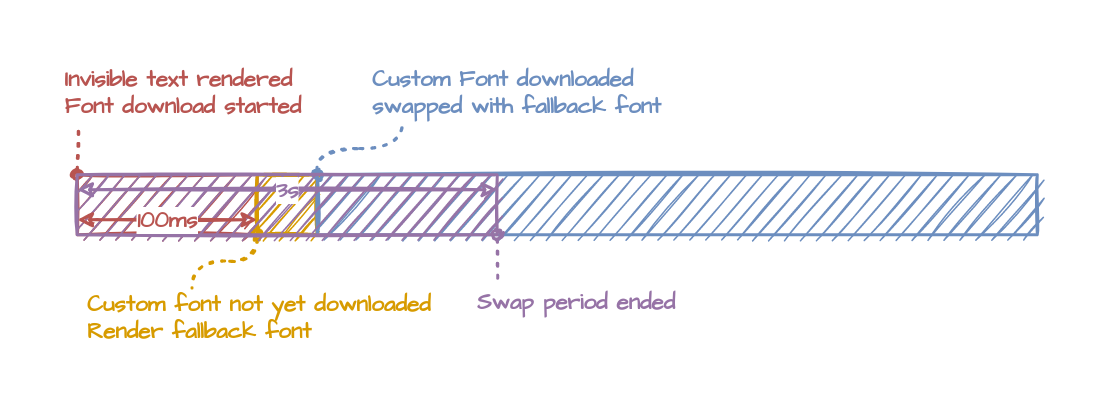
DaChartreux/try.catch.wtf keeps this draw.io diagram as public/img/optimizing-fonts-for-the-web/fallback-1.png. Above is the earlier version. Source tidied: cells renumbered, new cells last; positions are measured from the earlier drawing's top-left corner, leaving out a move shared by most shapes. Its diagram source:
```xml
<mxGraphModel>
  <root>
    <mxCell id="0" />
    <mxCell id="1" parent="0" />
    <mxCell id="2" style="rounded=0;whiteSpace=wrap;html=1;shadow=0;glass=0;sketch=1;fillStyle=hachure;strokeColor=#b85450;fillColor=#B85450;strokeWidth=2;fontSize=15;" parent="1" vertex="1">
      <mxGeometry x="10" y="75" width="120" height="40" as="geometry" />
    </mxCell>
    <mxCell id="3" style="rounded=0;whiteSpace=wrap;html=1;shadow=0;glass=0;sketch=1;fillColor=#D79B00;strokeColor=#d79b00;fillStyle=hachure;strokeWidth=2;fontSize=15;" parent="1" vertex="1">
      <mxGeometry x="130" y="75" width="40" height="40" as="geometry" />
    </mxCell>
    <mxCell id="4" style="rounded=0;whiteSpace=wrap;html=1;shadow=0;glass=0;sketch=1;fillColor=#6C8EBF;strokeColor=#6c8ebf;fillStyle=hachure;strokeWidth=2;fontSize=15;" parent="1" vertex="1">
      <mxGeometry x="170" y="75" width="480" height="40" as="geometry" />
    </mxCell>
    <mxCell id="5" style="endArrow=none;dashed=1;html=1;dashPattern=1 3;strokeWidth=2;rounded=0;sketch=1;fontFamily=Roboto Mono;fontSource=https%3A%2F%2Ffonts.googleapis.com%2Fcss%3Ffamily%3DRoboto%2BMono;fontSize=15;fontColor=#D79B00;jumpStyle=none;startArrow=oval;startFill=0;entryX=0.062;entryY=1.004;entryDx=0;entryDy=0;entryPerimeter=0;fillColor=#f8cecc;strokeColor=#b85450;" parent="1" edge="1" target="6">
      <mxGeometry relative="1" as="geometry">
        <mxPoint x="10" y="75" as="sourcePoint" />
      </mxGeometry>
    </mxCell>
    <mxCell id="6" value="Invisible text rendered&lt;br style=&quot;font-size: 15px;&quot;&gt;Font download started" style="text;html=1;align=left;verticalAlign=middle;points=[];fontSize=15;fontFamily=Architects Daughter;sketch=0;shadow=0;fontSource=https%3A%2F%2Ffonts.googleapis.com%2Fcss%3Ffamily%3DArchitects%2BDaughter;fontColor=#B85450;fontStyle=1;strokeWidth=2;" parent="1" vertex="1">
      <mxGeometry width="170" height="40" as="geometry" />
    </mxCell>
    <mxCell id="7" style="endArrow=none;dashed=1;html=1;dashPattern=1 3;strokeWidth=2;rounded=0;sketch=1;fontFamily=Roboto Mono;fontSource=https%3A%2F%2Ffonts.googleapis.com%2Fcss%3Ffamily%3DRoboto%2BMono;fontSize=15;fontColor=#D79B00;jumpStyle=none;startArrow=oval;startFill=0;exitX=0;exitY=1;exitDx=0;exitDy=0;entryX=0.298;entryY=0.014;entryDx=0;entryDy=0;entryPerimeter=0;fillColor=#ffe6cc;strokeColor=#d79b00;edgeStyle=orthogonalEdgeStyle;curved=1;" parent="1" edge="1" source="3" target="8">
      <mxGeometry relative="1" as="geometry" />
    </mxCell>
    <mxCell id="8" value="Custom font not yet downloaded&lt;br style=&quot;font-size: 15px;&quot;&gt;Render fallback font" style="text;html=1;align=left;verticalAlign=middle;points=[];strokeColor=none;fillColor=none;fontSize=15;fontFamily=Architects Daughter;fontColor=#D79B00;sketch=0;shadow=0;fontSource=https%3A%2F%2Ffonts.googleapis.com%2Fcss%3Ffamily%3DArchitects%2BDaughter;fontStyle=1;strokeWidth=2;" parent="1" vertex="1">
      <mxGeometry x="15" y="150" width="240" height="40" as="geometry" />
    </mxCell>
    <mxCell id="9" style="endArrow=none;dashed=1;html=1;dashPattern=1 3;strokeWidth=2;rounded=0;sketch=1;fontFamily=Roboto Mono;fontSource=https%3A%2F%2Ffonts.googleapis.com%2Fcss%3Ffamily%3DRoboto%2BMono;fontSize=15;fontColor=#6C8EBF;jumpStyle=none;startArrow=oval;startFill=0;exitX=1;exitY=0;exitDx=0;exitDy=0;entryX=0.103;entryY=0.996;entryDx=0;entryDy=0;entryPerimeter=0;fillColor=#dae8fc;strokeColor=#6c8ebf;edgeStyle=orthogonalEdgeStyle;curved=1;" parent="1" edge="1" source="3" target="10">
      <mxGeometry relative="1" as="geometry" />
    </mxCell>
    <mxCell id="10" value="Custom Font downloaded&lt;br style=&quot;font-size: 15px;&quot;&gt;swapped with fallback font" style="text;html=1;align=left;verticalAlign=middle;points=[];strokeColor=none;fillColor=none;fontSize=15;fontFamily=Architects Daughter;fontColor=#6C8EBF;sketch=0;shadow=0;fontSource=https%3A%2F%2Ffonts.googleapis.com%2Fcss%3Ffamily%3DArchitects%2BDaughter;fontStyle=1;strokeWidth=2;" parent="1" vertex="1">
      <mxGeometry x="205" width="210" height="40" as="geometry" />
    </mxCell>
    <mxCell id="11" style="rounded=0;whiteSpace=wrap;html=1;shadow=0;glass=0;labelBackgroundColor=none;sketch=1;fillStyle=hachure;fontFamily=Roboto Mono;fontSource=https%3A%2F%2Ffonts.googleapis.com%2Fcss%3Ffamily%3DRoboto%2BMono;fontSize=15;strokeColor=#9673a6;fillColor=#9673A6;align=left;verticalAlign=middle;strokeWidth=2;" parent="1" vertex="1">
      <mxGeometry x="10" y="75" width="280" height="40" as="geometry" />
    </mxCell>
    <mxCell id="12" value="3s" style="endArrow=classic;startArrow=classic;html=1;rounded=0;sketch=1;fontFamily=Architects Daughter;fontSource=https%3A%2F%2Ffonts.googleapis.com%2Fcss%3Ffamily%3DArchitects%2BDaughter;fontSize=15;fontColor=#9673A6;jumpStyle=none;entryX=1;entryY=0.25;entryDx=0;entryDy=0;exitX=0;exitY=0.25;exitDx=0;exitDy=0;fillColor=#e1d5e7;strokeColor=#9673a6;fontStyle=1;strokeWidth=2;" parent="1" edge="1" source="11" target="11">
      <mxGeometry relative="1" as="geometry" />
    </mxCell>
    <mxCell id="13" style="endArrow=none;dashed=1;html=1;dashPattern=1 3;strokeWidth=2;rounded=0;sketch=1;fontFamily=Roboto Mono;fontSource=https%3A%2F%2Ffonts.googleapis.com%2Fcss%3Ffamily%3DRoboto%2BMono;fontSize=15;fontColor=#D79B00;jumpStyle=none;startArrow=oval;startFill=0;exitX=0;exitY=1;exitDx=0;exitDy=0;entryX=0.104;entryY=-0.003;entryDx=0;entryDy=0;entryPerimeter=0;fillColor=#e1d5e7;strokeColor=#9673a6;" parent="1" edge="1" target="14">
      <mxGeometry relative="1" as="geometry">
        <mxPoint x="290" y="115" as="sourcePoint" />
      </mxGeometry>
    </mxCell>
    <mxCell id="14" value="Swap period ended" style="text;html=1;align=left;verticalAlign=middle;points=[];strokeColor=none;fillColor=none;fontSize=15;fontFamily=Architects Daughter;fontColor=#9673A6;sketch=0;shadow=0;fontSource=https%3A%2F%2Ffonts.googleapis.com%2Fcss%3Ffamily%3DArchitects%2BDaughter;fontStyle=1;strokeWidth=2;" parent="1" vertex="1">
      <mxGeometry x="275" y="150" width="150" height="20" as="geometry" />
    </mxCell>
    <mxCell id="15" value="100ms" style="endArrow=classic;startArrow=classic;html=1;rounded=0;sketch=1;fontFamily=Architects Daughter;fontSource=https%3A%2F%2Ffonts.googleapis.com%2Fcss%3Ffamily%3DArchitects%2BDaughter;fontSize=15;fontColor=#B85450;jumpStyle=none;exitX=0;exitY=0.75;exitDx=0;exitDy=0;entryX=0;entryY=0.75;entryDx=0;entryDy=0;fillColor=#f8cecc;strokeColor=#b85450;fontStyle=1;strokeWidth=2;" parent="1" edge="1" source="2" target="3">
      <mxGeometry relative="1" as="geometry" />
    </mxCell>
  </root>
</mxGraphModel>
```
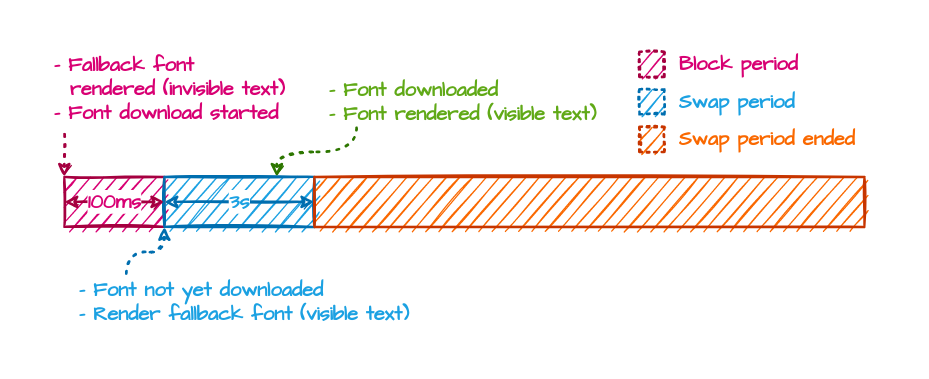
The same file after the commit.

What changed in the source:
```diff
@@ -2,51 +2,60 @@
   <root>
     <mxCell id="0" />
     <mxCell id="1" parent="0" />
-    <mxCell id="2" style="rounded=0;whiteSpace=wrap;html=1;shadow=0;glass=0;sketch=1;fillStyle=hachure;strokeColor=#b85450;fillColor=#B85450;strokeWidth=2;fontSize=15;" parent="1" vertex="1">
-      <mxGeometry x="10" y="75" width="120" height="40" as="geometry" />
+    <mxCell id="2" style="rounded=0;whiteSpace=wrap;html=1;shadow=0;glass=0;sketch=1;fillStyle=hachure;strokeColor=#A50040;fillColor=#d80073;strokeWidth=2;fontSize=15;fontColor=#ffffff;" parent="1" vertex="1">
+      <mxGeometry x="10" y="75" width="80" height="40" as="geometry" />
     </mxCell>
-    <mxCell id="3" style="rounded=0;whiteSpace=wrap;html=1;shadow=0;glass=0;sketch=1;fillColor=#D79B00;strokeColor=#d79b00;fillStyle=hachure;strokeWidth=2;fontSize=15;" parent="1" vertex="1">
-      <mxGeometry x="130" y="75" width="40" height="40" as="geometry" />
+    <mxCell id="3" style="rounded=0;whiteSpace=wrap;html=1;shadow=0;glass=0;sketch=1;fillColor=#1ba1e2;strokeColor=#006EAF;fillStyle=hachure;strokeWidth=2;fontSize=15;fontColor=#ffffff;" parent="1" vertex="1">
+      <mxGeometry x="90" y="75" width="120" height="40" as="geometry" />
     </mxCell>
-    <mxCell id="4" style="rounded=0;whiteSpace=wrap;html=1;shadow=0;glass=0;sketch=1;fillColor=#6C8EBF;strokeColor=#6c8ebf;fillStyle=hachure;strokeWidth=2;fontSize=15;" parent="1" vertex="1">
-      <mxGeometry x="170" y="75" width="480" height="40" as="geometry" />
+    <mxCell id="4" style="rounded=0;whiteSpace=wrap;html=1;shadow=0;glass=0;sketch=1;fillColor=#fa6800;strokeColor=#C73500;fillStyle=hachure;strokeWidth=2;fontSize=15;fontColor=#000000;dashed=1;dashPattern=1 2;" parent="1" vertex="1">
+      <mxGeometry x="470" y="35" width="20" height="20" as="geometry" />
     </mxCell>
-    <mxCell id="5" style="endArrow=none;dashed=1;html=1;dashPattern=1 3;strokeWidth=2;rounded=0;sketch=1;fontFamily=Roboto Mono;fontSource=https%3A%2F%2Ffonts.googleapis.com%2Fcss%3Ffamily%3DRoboto%2BMono;fontSize=15;fontColor=#D79B00;jumpStyle=none;startArrow=oval;startFill=0;entryX=0.062;entryY=1.004;entryDx=0;entryDy=0;entryPerimeter=0;fillColor=#f8cecc;strokeColor=#b85450;" parent="1" edge="1" target="6">
+    <mxCell id="5" style="endArrow=none;dashed=1;html=1;dashPattern=1 3;strokeWidth=2;rounded=0;sketch=1;fontFamily=Roboto Mono;fontSource=https%3A%2F%2Ffonts.googleapis.com%2Fcss%3Ffamily%3DRoboto%2BMono;fontSize=15;fontColor=#D79B00;jumpStyle=none;startArrow=classic;startFill=1;entryX=0.049;entryY=1.005;entryDx=0;entryDy=0;entryPerimeter=0;fillColor=#d80073;strokeColor=#A50040;" parent="1" edge="1" target="6">
       <mxGeometry relative="1" as="geometry">
         <mxPoint x="10" y="75" as="sourcePoint" />
       </mxGeometry>
     </mxCell>
-    <mxCell id="6" value="Invisible text rendered&lt;br style=&quot;font-size: 15px;&quot;&gt;Font download started" style="text;html=1;align=left;verticalAlign=middle;points=[];fontSize=15;fontFamily=Architects Daughter;sketch=0;shadow=0;fontSource=https%3A%2F%2Ffonts.googleapis.com%2Fcss%3Ffamily%3DArchitects%2BDaughter;fontColor=#B85450;fontStyle=1;strokeWidth=2;" parent="1" vertex="1">
-      <mxGeometry width="170" height="40" as="geometry" />
+    <mxCell id="6" value="- Fallback font&lt;br&gt;&amp;nbsp; rendered (invisible text)&lt;br&gt;- Font download started" style="text;html=1;align=left;verticalAlign=middle;points=[];fontSize=16;fontFamily=Architects Daughter;sketch=0;shadow=0;fontSource=https%3A%2F%2Ffonts.googleapis.com%2Fcss%3Ffamily%3DArchitects%2BDaughter;fontColor=#D80073;fontStyle=1;strokeWidth=2;" parent="1" vertex="1">
+      <mxGeometry y="-25" width="200" height="60" as="geometry" />
     </mxCell>
-    <mxCell id="7" style="endArrow=none;dashed=1;html=1;dashPattern=1 3;strokeWidth=2;rounded=0;sketch=1;fontFamily=Roboto Mono;fontSource=https%3A%2F%2Ffonts.googleapis.com%2Fcss%3Ffamily%3DRoboto%2BMono;fontSize=15;fontColor=#D79B00;jumpStyle=none;startArrow=oval;startFill=0;exitX=0;exitY=1;exitDx=0;exitDy=0;entryX=0.298;entryY=0.014;entryDx=0;entryDy=0;entryPerimeter=0;fillColor=#ffe6cc;strokeColor=#d79b00;edgeStyle=orthogonalEdgeStyle;curved=1;" parent="1" edge="1" source="3" target="8">
+    <mxCell id="7" style="endArrow=none;dashed=1;html=1;dashPattern=1 3;strokeWidth=2;rounded=0;sketch=1;fontFamily=Roboto Mono;fontSource=https%3A%2F%2Ffonts.googleapis.com%2Fcss%3Ffamily%3DRoboto%2BMono;fontSize=15;fontColor=#D79B00;jumpStyle=none;startArrow=classic;startFill=1;exitX=0;exitY=1;exitDx=0;exitDy=0;entryX=0.141;entryY=0;entryDx=0;entryDy=0;entryPerimeter=0;fillColor=#1ba1e2;strokeColor=#006EAF;edgeStyle=orthogonalEdgeStyle;curved=1;" parent="1" edge="1" source="3" target="8">
       <mxGeometry relative="1" as="geometry" />
     </mxCell>
-    <mxCell id="8" value="Custom font not yet downloaded&lt;br style=&quot;font-size: 15px;&quot;&gt;Render fallback font" style="text;html=1;align=left;verticalAlign=middle;points=[];strokeColor=none;fillColor=none;fontSize=15;fontFamily=Architects Daughter;fontColor=#D79B00;sketch=0;shadow=0;fontSource=https%3A%2F%2Ffonts.googleapis.com%2Fcss%3Ffamily%3DArchitects%2BDaughter;fontStyle=1;strokeWidth=2;" parent="1" vertex="1">
-      <mxGeometry x="15" y="150" width="240" height="40" as="geometry" />
+    <mxCell id="8" value="- Font not yet downloaded&lt;br style=&quot;font-size: 16px&quot;&gt;- Render fallback font (visible text)" style="text;html=1;align=left;verticalAlign=middle;points=[];strokeColor=none;fillColor=none;fontSize=16;fontFamily=Architects Daughter;fontColor=#1BA1E2;sketch=0;shadow=0;fontSource=https%3A%2F%2Ffonts.googleapis.com%2Fcss%3Ffamily%3DArchitects%2BDaughter;fontStyle=1;strokeWidth=2;" parent="1" vertex="1">
+      <mxGeometry x="20" y="155" width="280" height="40" as="geometry" />
     </mxCell>
-    <mxCell id="9" style="endArrow=none;dashed=1;html=1;dashPattern=1 3;strokeWidth=2;rounded=0;sketch=1;fontFamily=Roboto Mono;fontSource=https%3A%2F%2Ffonts.googleapis.com%2Fcss%3Ffamily%3DRoboto%2BMono;fontSize=15;fontColor=#6C8EBF;jumpStyle=none;startArrow=oval;startFill=0;exitX=1;exitY=0;exitDx=0;exitDy=0;entryX=0.103;entryY=0.996;entryDx=0;entryDy=0;entryPerimeter=0;fillColor=#dae8fc;strokeColor=#6c8ebf;edgeStyle=orthogonalEdgeStyle;curved=1;" parent="1" edge="1" source="3" target="10">
+    <mxCell id="9" style="endArrow=none;dashed=1;html=1;dashPattern=1 3;strokeWidth=2;rounded=0;sketch=1;fontFamily=Roboto Mono;fontSource=https%3A%2F%2Ffonts.googleapis.com%2Fcss%3Ffamily%3DRoboto%2BMono;fontSize=15;fontColor=#6C8EBF;jumpStyle=none;startArrow=classic;startFill=1;exitX=0.75;exitY=0;exitDx=0;exitDy=0;entryX=0.103;entryY=0.996;entryDx=0;entryDy=0;entryPerimeter=0;fillColor=#60a917;strokeColor=#2D7600;edgeStyle=orthogonalEdgeStyle;curved=1;" parent="1" edge="1" source="3" target="10">
       <mxGeometry relative="1" as="geometry" />
     </mxCell>
-    <mxCell id="10" value="Custom Font downloaded&lt;br style=&quot;font-size: 15px;&quot;&gt;swapped with fallback font" style="text;html=1;align=left;verticalAlign=middle;points=[];strokeColor=none;fillColor=none;fontSize=15;fontFamily=Architects Daughter;fontColor=#6C8EBF;sketch=0;shadow=0;fontSource=https%3A%2F%2Ffonts.googleapis.com%2Fcss%3Ffamily%3DArchitects%2BDaughter;fontStyle=1;strokeWidth=2;" parent="1" vertex="1">
-      <mxGeometry x="205" width="210" height="40" as="geometry" />
+    <mxCell id="10" value="- Font downloaded&lt;br style=&quot;font-size: 16px&quot;&gt;- Font rendered (visible text)" style="text;html=1;align=left;verticalAlign=middle;points=[];strokeColor=none;fillColor=none;fontSize=16;fontFamily=Architects Daughter;fontColor=#60A917;sketch=0;shadow=0;fontSource=https%3A%2F%2Ffonts.googleapis.com%2Fcss%3Ffamily%3DArchitects%2BDaughter;fontStyle=1;strokeWidth=2;" parent="1" vertex="1">
+      <mxGeometry x="220" y="-5" width="230" height="40" as="geometry" />
     </mxCell>
-    <mxCell id="11" style="rounded=0;whiteSpace=wrap;html=1;shadow=0;glass=0;labelBackgroundColor=none;sketch=1;fillStyle=hachure;fontFamily=Roboto Mono;fontSource=https%3A%2F%2Ffonts.googleapis.com%2Fcss%3Ffamily%3DRoboto%2BMono;fontSize=15;strokeColor=#9673a6;fillColor=#9673A6;align=left;verticalAlign=middle;strokeWidth=2;" parent="1" vertex="1">
-      <mxGeometry x="10" y="75" width="280" height="40" as="geometry" />
+    <mxCell id="11" value="Swap period ended" style="text;html=1;align=left;verticalAlign=middle;points=[];strokeColor=none;fillColor=none;fontSize=16;fontFamily=Architects Daughter;fontColor=#FA6800;sketch=0;shadow=0;fontSource=https%3A%2F%2Ffonts.googleapis.com%2Fcss%3Ffamily%3DArchitects%2BDaughter;fontStyle=1;strokeWidth=2;" parent="1" vertex="1">
+      <mxGeometry x="500" y="35" width="160" height="20" as="geometry" />
     </mxCell>
-    <mxCell id="12" value="3s" style="endArrow=classic;startArrow=classic;html=1;rounded=0;sketch=1;fontFamily=Architects Daughter;fontSource=https%3A%2F%2Ffonts.googleapis.com%2Fcss%3Ffamily%3DArchitects%2BDaughter;fontSize=15;fontColor=#9673A6;jumpStyle=none;entryX=1;entryY=0.25;entryDx=0;entryDy=0;exitX=0;exitY=0.25;exitDx=0;exitDy=0;fillColor=#e1d5e7;strokeColor=#9673a6;fontStyle=1;strokeWidth=2;" parent="1" edge="1" source="11" target="11">
+    <mxCell id="12" value="100ms" style="endArrow=classic;startArrow=classic;html=1;rounded=0;sketch=1;fontFamily=Architects Daughter;fontSource=https%3A%2F%2Ffonts.googleapis.com%2Fcss%3Ffamily%3DArchitects%2BDaughter;fontSize=16;fontColor=#D80073;jumpStyle=none;exitX=0;exitY=0.5;exitDx=0;exitDy=0;fillColor=#d80073;strokeColor=#A50040;fontStyle=1;strokeWidth=2;entryX=0;entryY=0.5;entryDx=0;entryDy=0;" parent="1" edge="1" source="2" target="3">
       <mxGeometry relative="1" as="geometry" />
     </mxCell>
-    <mxCell id="13" style="endArrow=none;dashed=1;html=1;dashPattern=1 3;strokeWidth=2;rounded=0;sketch=1;fontFamily=Roboto Mono;fontSource=https%3A%2F%2Ffonts.googleapis.com%2Fcss%3Ffamily%3DRoboto%2BMono;fontSize=15;fontColor=#D79B00;jumpStyle=none;startArrow=oval;startFill=0;exitX=0;exitY=1;exitDx=0;exitDy=0;entryX=0.104;entryY=-0.003;entryDx=0;entryDy=0;entryPerimeter=0;fillColor=#e1d5e7;strokeColor=#9673a6;" parent="1" edge="1" target="14">
+    <mxCell id="13" value="3s" style="endArrow=classic;startArrow=classic;html=1;rounded=0;sketch=1;fontFamily=Architects Daughter;fontSource=https%3A%2F%2Ffonts.googleapis.com%2Fcss%3Ffamily%3DArchitects%2BDaughter;fontSize=16;fontColor=#1BA1E2;jumpStyle=none;fillColor=#1ba1e2;strokeColor=#006EAF;fontStyle=1;strokeWidth=2;entryX=1;entryY=0.5;entryDx=0;entryDy=0;" parent="1" edge="1" target="3">
       <mxGeometry relative="1" as="geometry">
-        <mxPoint x="290" y="115" as="sourcePoint" />
+        <mxPoint x="90" y="95" as="sourcePoint" />
       </mxGeometry>
     </mxCell>
-    <mxCell id="14" value="Swap period ended" style="text;html=1;align=left;verticalAlign=middle;points=[];strokeColor=none;fillColor=none;fontSize=15;fontFamily=Architects Daughter;fontColor=#9673A6;sketch=0;shadow=0;fontSource=https%3A%2F%2Ffonts.googleapis.com%2Fcss%3Ffamily%3DArchitects%2BDaughter;fontStyle=1;strokeWidth=2;" parent="1" vertex="1">
-      <mxGeometry x="275" y="150" width="150" height="20" as="geometry" />
+    <mxCell id="14" style="rounded=0;whiteSpace=wrap;html=1;sketch=1;fontColor=#ffffff;fillColor=#d80073;strokeColor=#A50040;strokeWidth=2;perimeterSpacing=0;dashed=1;dashPattern=1 2;glass=0;arcSize=0;shadow=0;fontSize=16;" parent="1" vertex="1">
+      <mxGeometry x="470" y="-25" width="20" height="20" as="geometry" />
     </mxCell>
-    <mxCell id="15" value="100ms" style="endArrow=classic;startArrow=classic;html=1;rounded=0;sketch=1;fontFamily=Architects Daughter;fontSource=https%3A%2F%2Ffonts.googleapis.com%2Fcss%3Ffamily%3DArchitects%2BDaughter;fontSize=15;fontColor=#B85450;jumpStyle=none;exitX=0;exitY=0.75;exitDx=0;exitDy=0;entryX=0;entryY=0.75;entryDx=0;entryDy=0;fillColor=#f8cecc;strokeColor=#b85450;fontStyle=1;strokeWidth=2;" parent="1" edge="1" source="2" target="3">
-      <mxGeometry relative="1" as="geometry" />
+    <mxCell id="15" style="rounded=0;whiteSpace=wrap;html=1;sketch=1;fontColor=#ffffff;fillColor=#1ba1e2;strokeColor=#006EAF;strokeWidth=2;perimeterSpacing=0;dashed=1;dashPattern=1 2;glass=0;arcSize=0;shadow=0;fontSize=16;" parent="1" vertex="1">
+      <mxGeometry x="470" y="5" width="20" height="20" as="geometry" />
     </mxCell>
+    <mxCell id="16" value="Swap period" style="text;html=1;align=left;verticalAlign=middle;strokeColor=none;fillColor=none;fontSize=16;fontFamily=Architects Daughter;fontColor=#1BA1E2;sketch=0;shadow=0;fontSource=https%3A%2F%2Ffonts.googleapis.com%2Fcss%3Ffamily%3DArchitects%2BDaughter;fontStyle=1;strokeWidth=2;" parent="1" vertex="1">
+      <mxGeometry x="500" y="5" width="110" height="20" as="geometry" />
+    </mxCell>
+    <mxCell id="17" value="Block period" style="text;html=1;align=left;verticalAlign=middle;strokeColor=none;fillColor=none;fontSize=16;fontFamily=Architects Daughter;fontColor=#D80073;sketch=0;shadow=0;fontSource=https%3A%2F%2Ffonts.googleapis.com%2Fcss%3Ffamily%3DArchitects%2BDaughter;fontStyle=1;strokeWidth=2;" parent="1" vertex="1">
+      <mxGeometry x="500" y="-25" width="110" height="20" as="geometry" />
+    </mxCell>
+    <mxCell id="18" style="rounded=0;whiteSpace=wrap;html=1;shadow=0;glass=0;sketch=1;fillColor=#fa6800;strokeColor=#C73500;fillStyle=hachure;strokeWidth=2;fontSize=15;fontColor=#000000;" parent="1" vertex="1">
+      <mxGeometry x="210" y="75" width="440" height="40" as="geometry" />
+    </mxCell>
   </root>
 </mxGraphModel>
```
